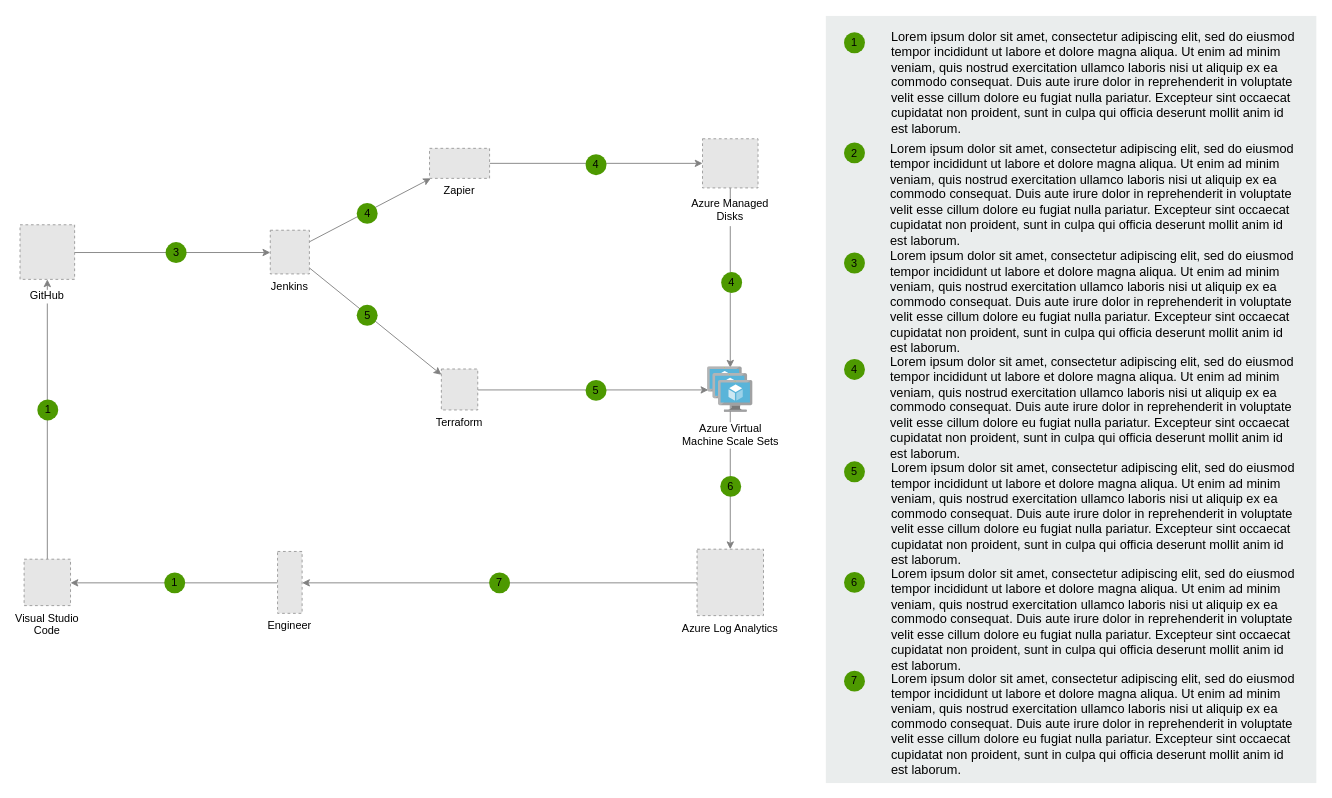
JessySeo9955/school_angular_nest keeps this draw.io diagram as school_enrollment.drawio. Above is the earlier version. Source tidied: cells renumbered, new cells numbered last; positions are measured from the earlier drawing's top-left corner, leaving out a move shared by most shapes. Both pictures are drawn from the tidied source at 91%, with x=0, y=0 at pixel (19, 15). Pictures stored in the file or linked from it are replaced by grey dashed boxes.
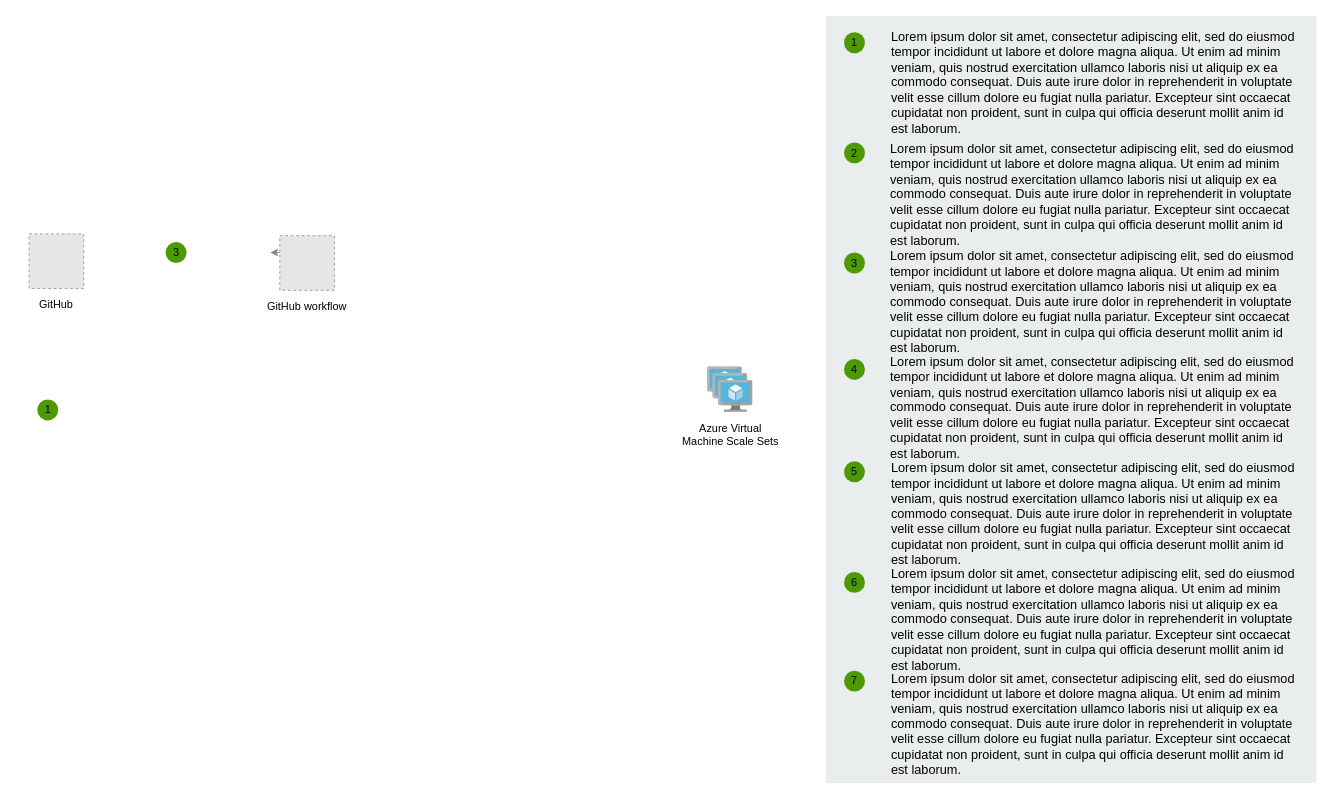
After the change.

The change refers to these unchanged cells:
```xml
<mxCell id="17" value="Azure Virtual&lt;br&gt;Machine Scale Sets" style="html=1;perimeter=none;align=center;shadow=0;dashed=0;image;fontSize=12;image=img/lib/mscae/VM_Scale_Set.svg;labelBackgroundColor=#ffffff;spacingTop=4;" parent="1" vertex="1">
  <mxGeometry x="756" y="385.5" width="50" height="50" as="geometry" />
</mxCell>
```

What changed in the source:
```diff
@@
-    <mxCell id="2" style="edgeStyle=elbowEdgeStyle;rounded=0;jettySize=auto;elbow=vertical;html=1;strokeColor=#808080;" parent="1" edge="1" source="12" target="13">
-      <mxGeometry relative="1" as="geometry" />
+    <mxCell id="2" style="edgeStyle=elbowEdgeStyle;rounded=0;jettySize=auto;elbow=vertical;html=1;strokeColor=#808080;" parent="1" edge="1" source="12">
+      <mxGeometry relative="1" as="geometry">
+        <mxPoint x="275.5" y="260" as="targetPoint" />
+      </mxGeometry>
     </mxCell>
-    <mxCell id="3" style="rounded=0;jettySize=auto;elbow=vertical;html=1;strokeColor=#808080;" parent="1" edge="1" source="13" target="14">
-      <mxGeometry relative="1" as="geometry" />
-    </mxCell>
-    <mxCell id="4" style="rounded=0;jettySize=auto;elbow=vertical;html=1;strokeColor=#808080;" parent="1" edge="1" source="13" target="15">
-      <mxGeometry relative="1" as="geometry" />
-    </mxCell>
-    <mxCell id="5" style="edgeStyle=elbowEdgeStyle;rounded=0;jettySize=auto;elbow=vertical;html=1;strokeColor=#808080;entryX=0.018;entryY=0.503;entryDx=0;entryDy=0;entryPerimeter=0;" parent="1" edge="1" source="14" target="17">
-      <mxGeometry relative="1" as="geometry" />
-    </mxCell>
-    <mxCell id="6" style="edgeStyle=elbowEdgeStyle;rounded=0;jettySize=auto;elbow=vertical;html=1;strokeColor=#808080;" parent="1" edge="1" source="15" target="16">
-      <mxGeometry relative="1" as="geometry" />
-    </mxCell>
-    <mxCell id="7" style="edgeStyle=elbowEdgeStyle;rounded=0;jettySize=auto;html=1;entryX=0.501;entryY=0.02;entryDx=0;entryDy=0;strokeColor=#808080;entryPerimeter=0;" parent="1" edge="1" source="16" target="17">
-      <mxGeometry relative="1" as="geometry" />
-    </mxCell>
-    <mxCell id="8" style="edgeStyle=elbowEdgeStyle;rounded=0;jettySize=auto;elbow=vertical;html=1;strokeColor=#808080;" parent="1" edge="1" source="17" target="20">
-      <mxGeometry relative="1" as="geometry" />
-    </mxCell>
-    <mxCell id="9" style="edgeStyle=elbowEdgeStyle;rounded=0;jettySize=auto;elbow=vertical;html=1;strokeColor=#808080;" parent="1" edge="1" source="18" target="12">
-      <mxGeometry relative="1" as="geometry" />
-    </mxCell>
-    <mxCell id="10" style="edgeStyle=elbowEdgeStyle;rounded=0;jettySize=auto;elbow=vertical;html=1;strokeColor=#808080;" parent="1" edge="1" source="19" target="18">
-      <mxGeometry relative="1" as="geometry" />
-    </mxCell>
-    <mxCell id="11" style="edgeStyle=elbowEdgeStyle;rounded=0;jettySize=auto;elbow=vertical;html=1;entryX=1;entryY=0.5;entryDx=0;entryDy=0;strokeColor=#808080;" parent="1" edge="1" source="20" target="19">
-      <mxGeometry relative="1" as="geometry" />
-    </mxCell>
-    <mxCell id="12" value="GitHub" style="fillColor=#E6E6E6;strokeColor=#999999;dashed=1;verticalLabelPosition=bottom;labelBackgroundColor=#ffffff;verticalAlign=top;spacingTop=4;" parent="1" vertex="1">
-      <mxGeometry x="0.5" y="229.5" width="60" height="60" as="geometry" />
+    <mxCell id="12" value="GitHub workflow" style="fillColor=#E6E6E6;strokeColor=#999999;dashed=1;verticalLabelPosition=bottom;labelBackgroundColor=#ffffff;verticalAlign=top;spacingTop=4;" parent="1" vertex="1">
+      <mxGeometry x="286" y="241.5" width="60" height="60" as="geometry" />
     </mxCell>
-    <mxCell id="13" value="Jenkins" style="fillColor=#E6E6E6;strokeColor=#999999;dashed=1;verticalLabelPosition=bottom;labelBackgroundColor=none;verticalAlign=top;" parent="1" vertex="1">
-      <mxGeometry x="275.5" y="235.5" width="43" height="48" as="geometry" />
-    </mxCell>
-    <mxCell id="14" value="Terraform" style="fillColor=#E6E6E6;strokeColor=#999999;dashed=1;verticalLabelPosition=bottom;labelBackgroundColor=none;verticalAlign=top;" parent="1" vertex="1">
-      <mxGeometry x="463.5" y="388" width="40" height="45" as="geometry" />
-    </mxCell>
-    <mxCell id="15" value="Zapier" style="fillColor=#E6E6E6;strokeColor=#999999;dashed=1;verticalLabelPosition=bottom;labelBackgroundColor=none;verticalAlign=top;" parent="1" vertex="1">
-      <mxGeometry x="450.5" y="145.5" width="66" height="33" as="geometry" />
-    </mxCell>
-    <mxCell id="16" value="Azure Managed&#10;Disks" style="fillColor=#E6E6E6;strokeColor=#999999;dashed=1;verticalLabelPosition=bottom;labelBackgroundColor=#ffffff;verticalAlign=top;spacingTop=4;" parent="1" vertex="1">
-      <mxGeometry x="750.5" y="135" width="61" height="54" as="geometry" />
-    </mxCell>
@@
-    <mxCell id="18" value="Visual Studio&#10;Code" style="fillColor=#E6E6E6;strokeColor=#999999;dashed=1;verticalLabelPosition=bottom;labelBackgroundColor=none;verticalAlign=top;" parent="1" vertex="1">
-      <mxGeometry x="5" y="597" width="51" height="51" as="geometry" />
-    </mxCell>
-    <mxCell id="19" value="Engineer" style="fillColor=#E6E6E6;strokeColor=#999999;dashed=1;verticalLabelPosition=bottom;labelBackgroundColor=none;verticalAlign=top;" parent="1" vertex="1">
-      <mxGeometry x="283.5" y="588.5" width="27" height="68" as="geometry" />
-    </mxCell>
-    <mxCell id="20" value="Azure Log Analytics" style="fillColor=#E6E6E6;strokeColor=#999999;dashed=1;verticalLabelPosition=bottom;labelBackgroundColor=none;verticalAlign=top;" parent="1" vertex="1">
-      <mxGeometry x="744.5" y="586" width="73" height="73" as="geometry" />
-    </mxCell>
@@
-    <mxCell id="22" value="1" style="ellipse;whiteSpace=wrap;html=1;fillColor=#4D9900;strokeColor=none;labelBackgroundColor=none;" parent="1" vertex="1">
-      <mxGeometry x="159" y="611.5" width="23" height="23" as="geometry" />
-    </mxCell>
@@
-    <mxCell id="24" value="4" style="ellipse;whiteSpace=wrap;html=1;fillColor=#4D9900;strokeColor=none;labelBackgroundColor=none;" parent="1" vertex="1">
-      <mxGeometry x="370.5" y="205.5" width="23" height="23" as="geometry" />
-    </mxCell>
-    <mxCell id="25" value="5" style="ellipse;whiteSpace=wrap;html=1;fillColor=#4D9900;strokeColor=none;labelBackgroundColor=none;" parent="1" vertex="1">
-      <mxGeometry x="370.5" y="317.5" width="23" height="23" as="geometry" />
-    </mxCell>
-    <mxCell id="26" value="4" style="ellipse;whiteSpace=wrap;html=1;fillColor=#4D9900;strokeColor=none;labelBackgroundColor=none;" parent="1" vertex="1">
-      <mxGeometry x="622" y="152" width="23" height="23" as="geometry" />
-    </mxCell>
-    <mxCell id="27" value="5" style="ellipse;whiteSpace=wrap;html=1;fillColor=#4D9900;strokeColor=none;labelBackgroundColor=none;" parent="1" vertex="1">
-      <mxGeometry x="622" y="400" width="23" height="23" as="geometry" />
-    </mxCell>
-    <mxCell id="28" value="4" style="ellipse;whiteSpace=wrap;html=1;fillColor=#4D9900;strokeColor=none;labelBackgroundColor=none;" parent="1" vertex="1">
-      <mxGeometry x="771" y="281.5" width="23" height="23" as="geometry" />
-    </mxCell>
-    <mxCell id="29" value="6" style="ellipse;whiteSpace=wrap;html=1;fillColor=#4D9900;strokeColor=none;labelBackgroundColor=none;" parent="1" vertex="1">
-      <mxGeometry x="770" y="505.5" width="23" height="23" as="geometry" />
-    </mxCell>
-    <mxCell id="30" value="7" style="ellipse;whiteSpace=wrap;html=1;fillColor=#4D9900;strokeColor=none;labelBackgroundColor=none;" parent="1" vertex="1">
-      <mxGeometry x="516" y="611.5" width="23" height="23" as="geometry" />
-    </mxCell>
@@
+    <mxCell id="46" value="GitHub" style="fillColor=#E6E6E6;strokeColor=#999999;dashed=1;verticalLabelPosition=bottom;labelBackgroundColor=#ffffff;verticalAlign=top;spacingTop=4;" parent="1" vertex="1">
+      <mxGeometry x="10.5" y="239.5" width="60" height="60" as="geometry" />
+    </mxCell>
```
